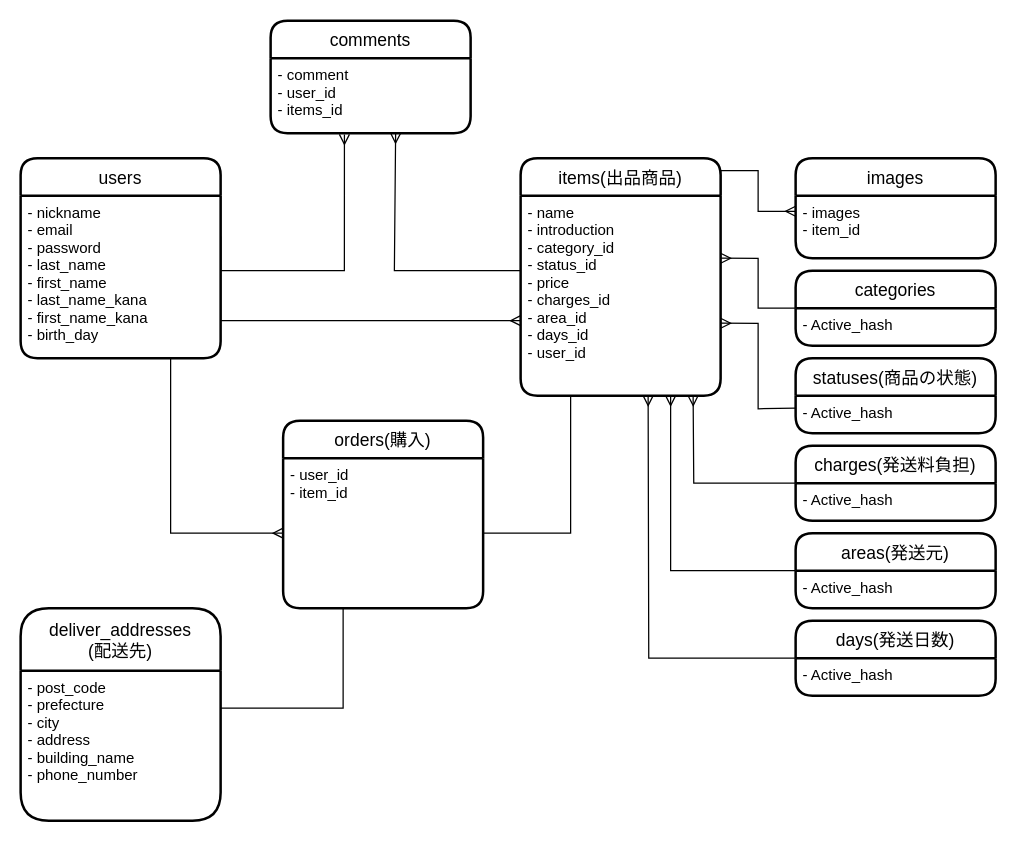
Earlier version of the draw.io diagram app/views/er.dio (cochimu/furima-32070). Source tidied: cells renumbered, new cells numbered last; positions are measured from the earlier drawing's top-left corner, leaving out a move shared by most shapes. Both pictures are drawn from the tidied source at 125%, with x=0, y=0 at pixel (20, 20).
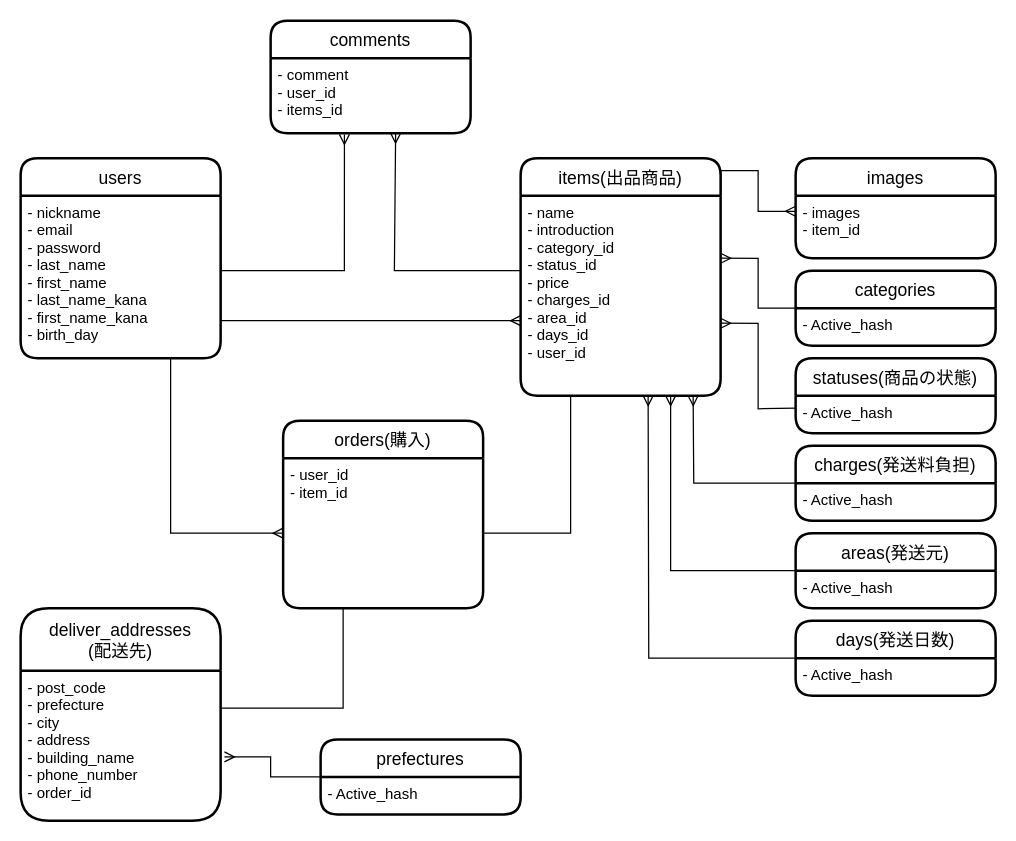
After the change.

The change refers to these unchanged cells:
```xml
<mxCell id="31" value="deliver_addresses&#10;(配送先)" style="swimlane;horizontal=1;startSize=50;rounded=1;fontSize=14;fontStyle=0;strokeWidth=2;shadow=0;dashed=0;align=center;" parent="1" vertex="1">
  <mxGeometry y="470" width="160" height="170" as="geometry" />
</mxCell>
```

The edit, as a diff of the source:
```diff
@@
-    <mxCell id="32" value="- post_code&#10;- prefecture&#10;- city&#10;- address&#10;- building_name&#10;- phone_number" style="align=left;strokeColor=none;fillColor=none;spacingLeft=4;fontSize=12;verticalAlign=top;" parent="31" vertex="1">
+    <mxCell id="32" value="- post_code&#10;- prefecture&#10;- city&#10;- address&#10;- building_name&#10;- phone_number&#10;- order_id" style="align=left;strokeColor=none;fillColor=none;spacingLeft=4;fontSize=12;verticalAlign=top;" parent="31" vertex="1">
       <mxGeometry y="50" width="160" height="120" as="geometry" />
     </mxCell>
@@
+    <mxCell id="36" style="edgeStyle=orthogonalEdgeStyle;rounded=0;jettySize=auto;html=1;entryX=1.019;entryY=0.575;entryDx=0;entryDy=0;entryPerimeter=0;endArrow=ERmany;endFill=0;" parent="1" edge="1" source="37" target="32">
+      <mxGeometry relative="1" as="geometry" />
+    </mxCell>
+    <mxCell id="37" value="prefectures" style="swimlane;horizontal=1;startSize=30;rounded=1;fontSize=14;fontStyle=0;strokeWidth=2;shadow=0;dashed=0;align=center;" parent="1" vertex="1">
+      <mxGeometry x="240" y="575" width="160" height="60" as="geometry" />
+    </mxCell>
+    <mxCell id="38" value="- Active_hash" style="align=left;strokeColor=none;fillColor=none;spacingLeft=4;fontSize=12;verticalAlign=top;" parent="37" vertex="1">
+      <mxGeometry y="30" width="160" height="30" as="geometry" />
+    </mxCell>
```
